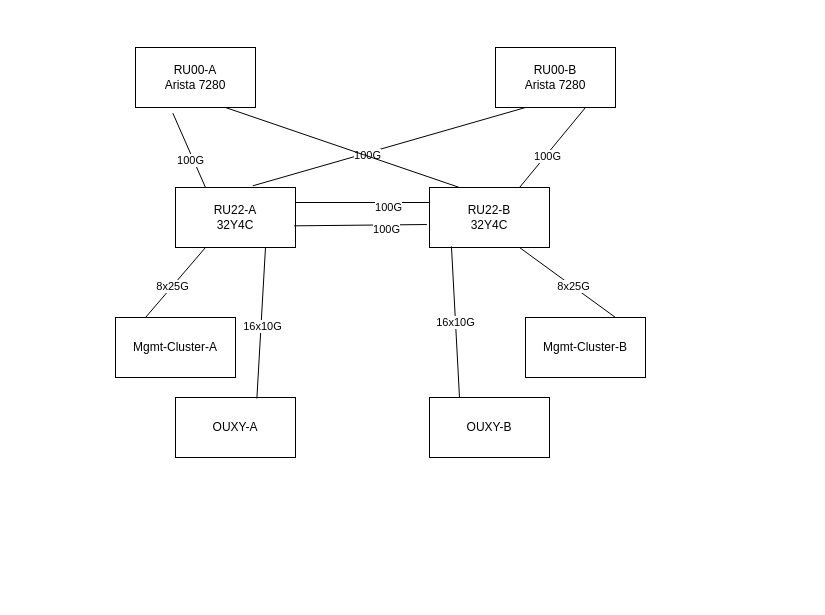
The draw.io diagram page "Seite-1" (1 of 2) of Mgmt-Netz-Seite 2.drawio in diefrie/test, before the edit. Source tidied: cells renumbered, new cells numbered last; positions are measured from the earlier drawing's top-left corner, leaving out a move shared by most shapes. Both pictures are drawn from the tidied source at 100%, with x=0, y=0 at pixel (115, 47).
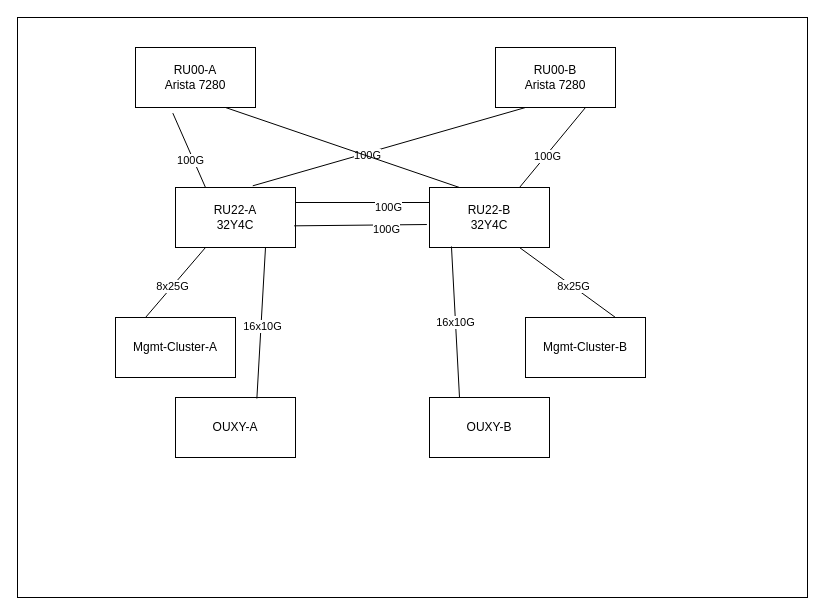
The same diagram, later.

Change to the diagram source:
```diff
@@
+    <mxCell id="29" style="rounded=0;whiteSpace=wrap;html=1;" parent="1" vertex="1">
+      <mxGeometry x="-98" y="-30" width="790" height="580" as="geometry" />
+    </mxCell>
```
